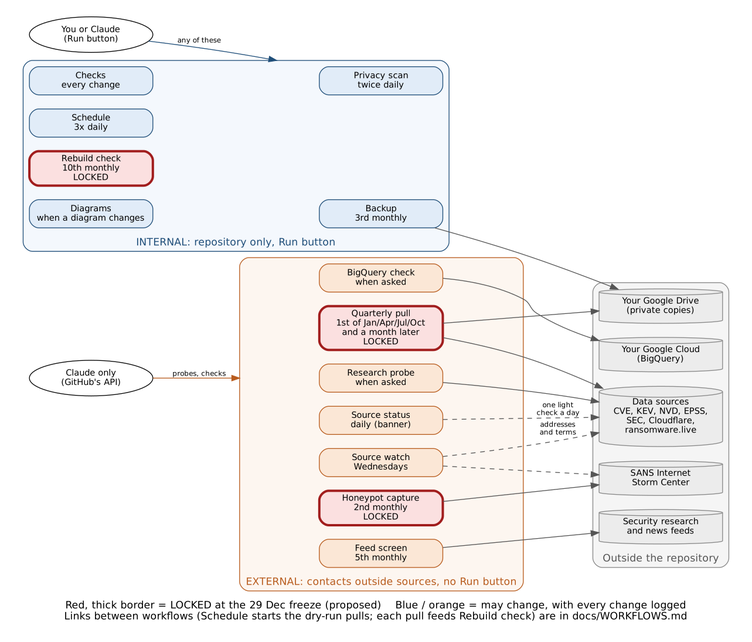
This is docs/diagrams/workflow_runs.png from pagagne/internet-security-snapshot, a Graphviz export, as it was before one commit. Its source is kept beside it as docs/diagrams/workflow_runs.dot.
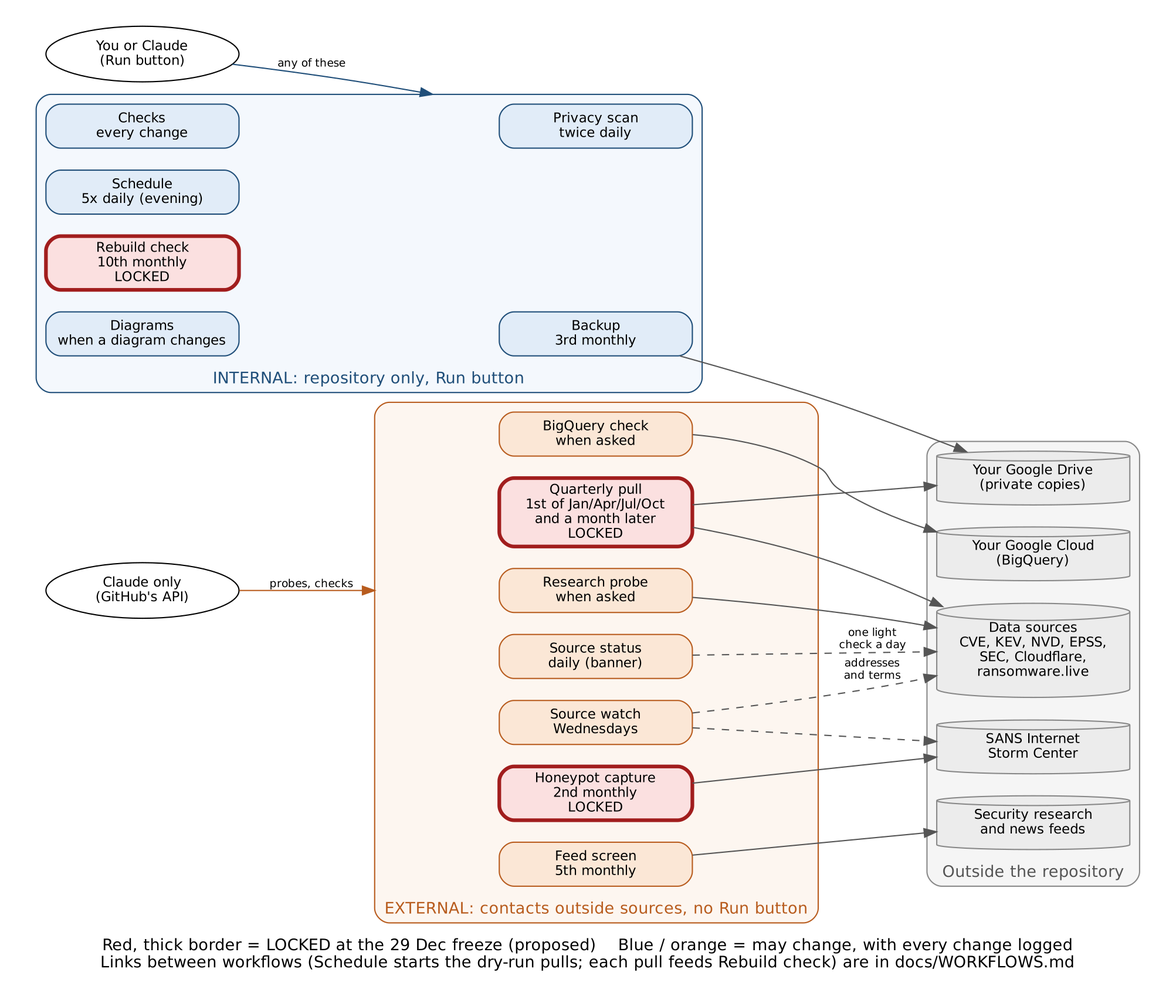
The same diagram one commit later.

Change to the diagram source:
```diff
@@ -13,7 +13,7 @@
     node [fillcolor="#e1ecf8", color="#1f4e79"];
     checks  [label="Checks\nevery change"];
     privacy [label="Privacy scan\ntwice daily"];
-    sched   [label="Schedule\n3x daily"];
+    sched   [label="Schedule\n5x daily (evening)"];
     rebuild [label="Rebuild check\n10th monthly\nLOCKED", fillcolor="#fbe0e0", color="#a11d1d", penwidth=3];
     diag    [label="Diagrams\nwhen a diagram changes"];
     backup  [label="Backup\n3rd monthly"];
```
